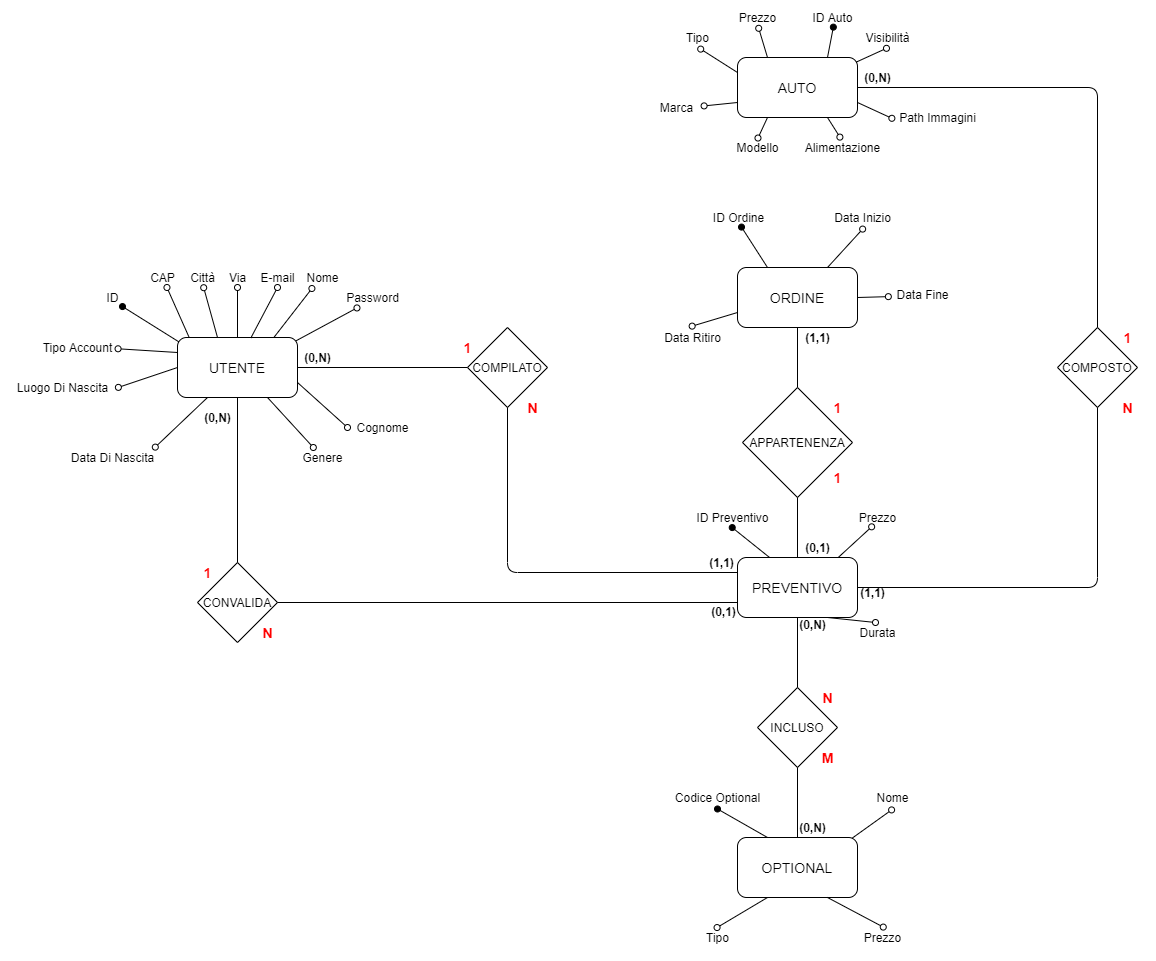
dariodidario/EasyLease keeps this draw.io diagram as Documents/System Design Document/Review SDD/Gestione Dati Persistenti/ER.png. Above is the earlier version. Source tidied: cells renumbered, new cells last; positions are measured from the earlier drawing's top-left corner, leaving out a move shared by most shapes.
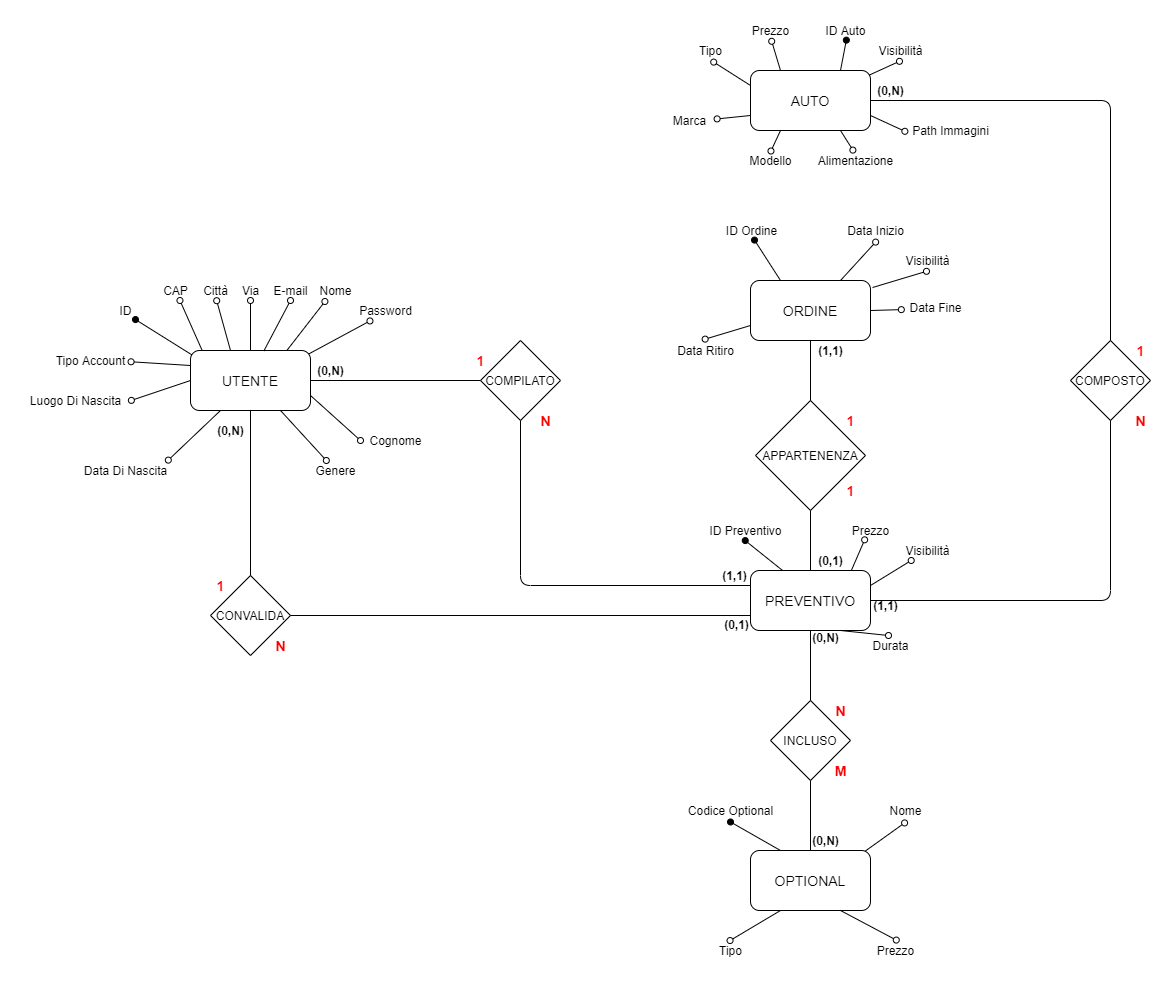
Later version of the same file.

What changed in the source:
```diff
@@ -166,7 +166,7 @@
       <mxGeometry relative="1" as="geometry" />
     </mxCell>
     <mxCell id="53" value="Prezzo" style="text;html=1;align=center;verticalAlign=middle;points=[];" parent="1" vertex="1">
-      <mxGeometry x="845" y="500" width="50" height="20" as="geometry" />
+      <mxGeometry x="825" y="500" width="50" height="20" as="geometry" />
     </mxCell>
     <mxCell id="54" value="INCLUSO" style="rhombus;whiteSpace=wrap;html=1;" parent="1" vertex="1">
       <mxGeometry x="750" y="680" width="80" height="80" as="geometry" />
@@ -326,5 +326,17 @@
     <mxCell id="103" value="Durata" style="text;html=1;align=center;verticalAlign=middle;points=[];" parent="1" vertex="1">
       <mxGeometry x="845" y="615" width="50" height="20" as="geometry" />
     </mxCell>
+    <mxCell id="104" style="endArrow=oval;html=1;endFill=0;exitX=1.017;exitY=0.117;exitDx=0;exitDy=0;exitPerimeter=0;entryX=0.483;entryY=1.041;entryDx=0;entryDy=0;entryPerimeter=0;" parent="1" edge="1" source="36" target="105">
+      <mxGeometry relative="1" as="geometry" />
+    </mxCell>
+    <mxCell id="105" value="Visibilità" style="text;html=1;align=center;verticalAlign=middle;points=[];" parent="1" vertex="1">
+      <mxGeometry x="877" y="230" width="60" height="20" as="geometry" />
+    </mxCell>
+    <mxCell id="106" style="endArrow=oval;html=1;endFill=0;exitX=1;exitY=0.25;exitDx=0;exitDy=0;" parent="1" edge="1" source="31" target="107">
+      <mxGeometry relative="1" as="geometry" />
+    </mxCell>
+    <mxCell id="107" value="Visibilità" style="text;html=1;align=center;verticalAlign=middle;points=[];" parent="1" vertex="1">
+      <mxGeometry x="877" y="520" width="60" height="20" as="geometry" />
+    </mxCell>
   </root>
 </mxGraphModel>
```
